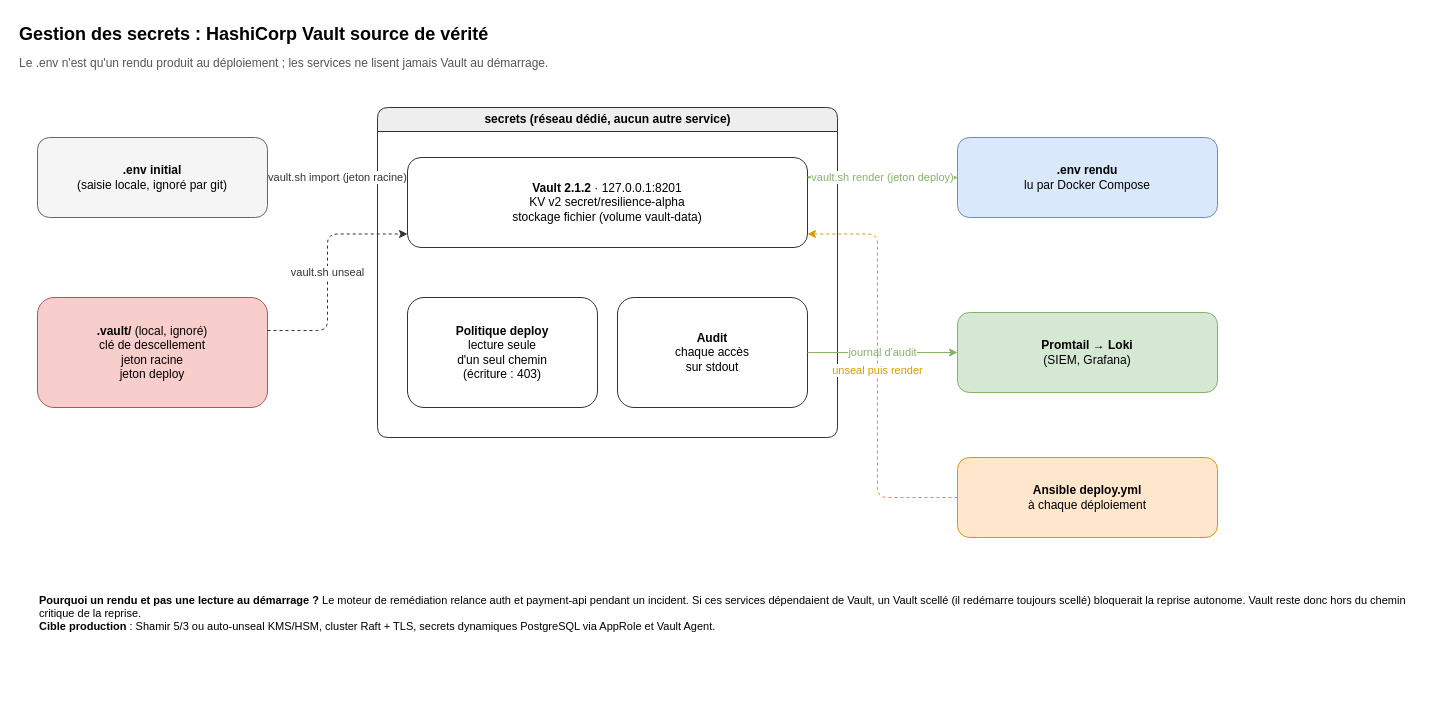
Above: page "Vault" (1 of 3) of docs/diagrams/secrets-deploiement.drawio in Rococo77/Workshop-26 (draw.io), before the change. Source tidied: cells renumbered, new cells numbered last; positions are measured from the earlier drawing's top-left corner, leaving out a move shared by most shapes. Both pictures are drawn from the tidied source at 100%, with x=0, y=0 at pixel (17, 17).
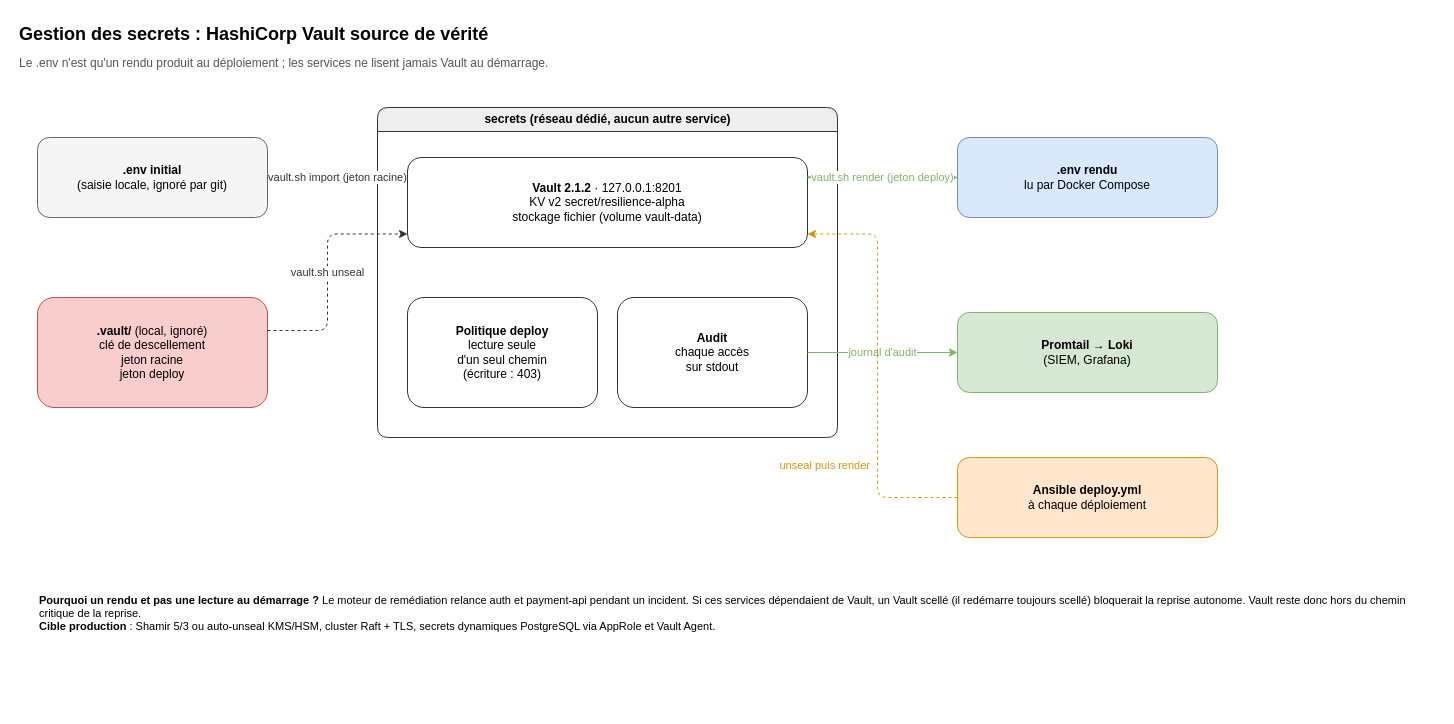
The same diagram, later.

Unchanged cells that the change refers to:
```xml
<mxCell id="6" value="&lt;b&gt;Vault 2.1.2&lt;/b&gt; · 127.0.0.1:8201&lt;br&gt;KV v2 secret/resilience-alpha&lt;br&gt;stockage fichier (volume vault-data)" style="rounded=1;whiteSpace=wrap;html=1;fillColor=#ffffff;strokeColor=#333333;" parent="1" vertex="1">
  <mxGeometry x="390" y="140" width="400" height="90" as="geometry" />
</mxCell>
<mxCell id="12" value="&lt;b&gt;Ansible deploy.yml&lt;/b&gt;&lt;br&gt;à chaque déploiement" style="rounded=1;whiteSpace=wrap;html=1;fillColor=#ffe6cc;strokeColor=#d79b00;" parent="1" vertex="1">
  <mxGeometry x="940" y="440" width="260" height="80" as="geometry" />
</mxCell>
```

What changed in the source:
```diff
@@
-    <mxCell id="17" value="unseal puis render" style="edgeStyle=orthogonalEdgeStyle;rounded=1;html=1;labelBackgroundColor=default;fontSize=11;strokeColor=#d79b00;fontColor=#d79b00;strokeWidth=1;dashed=1;exitX=0;exitY=0.5;exitDx=0;exitDy=0;entryX=1;entryY=0.85;entryDx=0;entryDy=0;" parent="1" edge="1" source="12" target="6">
-      <mxGeometry relative="1" as="geometry">
-        <Array as="points">
-          <mxPoint x="860" y="480" />
-          <mxPoint x="860" y="216" />
-        </Array>
-      </mxGeometry>
+    <mxCell id="17" value="unseal puis render" style="text;html=1;whiteSpace=wrap;align=left;verticalAlign=top;fontSize=11;fontColor=#d79b00;align=right;" parent="1" vertex="1">
+      <mxGeometry x="740" y="435" width="115" height="40" as="geometry" />
     </mxCell>
+    <mxCell id="19" style="edgeStyle=orthogonalEdgeStyle;rounded=1;html=1;labelBackgroundColor=default;fontSize=11;strokeColor=#d79b00;fontColor=#d79b00;strokeWidth=1;dashed=1;exitX=0;exitY=0.5;exitDx=0;exitDy=0;entryX=1;entryY=0.85;entryDx=0;entryDy=0;" parent="1" edge="1" source="12" target="6">
+      <mxGeometry relative="1" as="geometry">
+        <Array as="points">
+          <mxPoint x="860" y="480" />
+          <mxPoint x="860" y="216" />
+        </Array>
+      </mxGeometry>
+    </mxCell>
```
